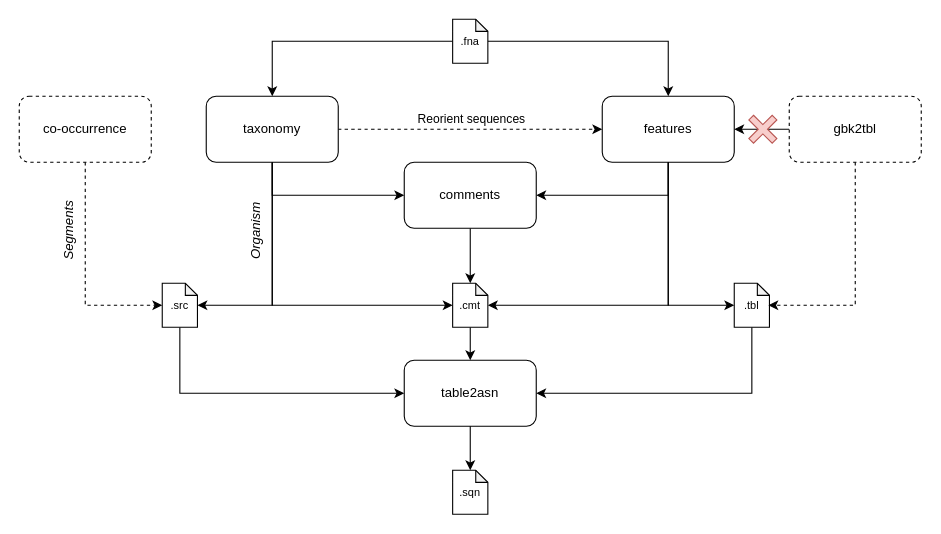
Earlier version of the draw.io diagram _static/suvtk_diagram.drawio (LanderDC/suvtk). Source tidied: cells renumbered, new cells numbered last; positions are measured from the earlier drawing's top-left corner, leaving out a move shared by most shapes. Both pictures are drawn from the tidied source at 110%, with x=0, y=0 at pixel (-1, 19).
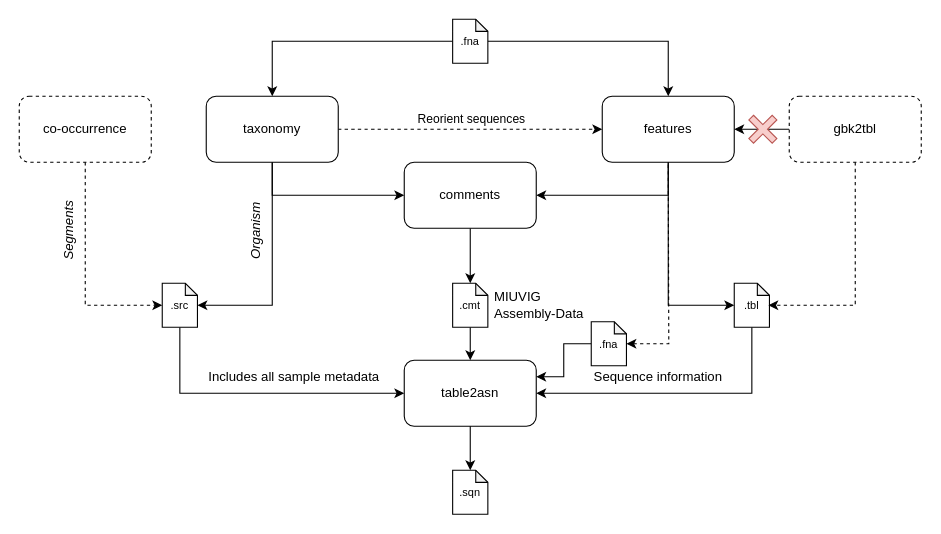
The same page after the edit.

The change refers to these unchanged cells:
```xml
<mxCell id="5" value="taxonomy" style="rounded=1;whiteSpace=wrap;html=1;" parent="1" vertex="1">
  <mxGeometry x="188" y="70" width="120" height="60" as="geometry" />
</mxCell>
<mxCell id="7" value="features" style="rounded=1;whiteSpace=wrap;html=1;" parent="1" vertex="1">
  <mxGeometry x="548" y="70" width="120" height="60" as="geometry" />
</mxCell>
<mxCell id="13" value="table2asn" style="rounded=1;whiteSpace=wrap;html=1;" parent="1" vertex="1">
  <mxGeometry x="368" y="310" width="120" height="60" as="geometry" />
</mxCell>
<mxCell id="23" value="&lt;font style=&quot;font-size: 10px;&quot;&gt;.cmt&lt;/font&gt;" style="shape=note;whiteSpace=wrap;html=1;backgroundOutline=1;darkOpacity=0.05;size=11;" parent="1" vertex="1">
  <mxGeometry x="412" y="240" width="32" height="40" as="geometry" />
</mxCell>
```

The edit, as a diff of the source:
```diff
@@
-    <mxCell id="22" style="edgeStyle=orthogonalEdgeStyle;rounded=0;jettySize=auto;html=1;entryX=0.5;entryY=1;entryDx=0;entryDy=0;startArrow=classic;startFill=1;endArrow=none;" parent="1" edge="1" source="23" target="7">
-      <mxGeometry relative="1" as="geometry" />
-    </mxCell>
@@
-    <mxCell id="35" style="edgeStyle=orthogonalEdgeStyle;rounded=0;jettySize=auto;html=1;exitX=0.5;exitY=1;exitDx=0;exitDy=0;entryX=0;entryY=0.5;entryDx=0;entryDy=0;entryPerimeter=0;" parent="1" edge="1" source="5" target="23">
-      <mxGeometry relative="1" as="geometry" />
-    </mxCell>
+    <mxCell id="36" style="edgeStyle=orthogonalEdgeStyle;rounded=0;jettySize=auto;html=1;exitX=0;exitY=0.5;exitDx=0;exitDy=0;exitPerimeter=0;entryX=1;entryY=0.25;entryDx=0;entryDy=0;" parent="1" edge="1" source="38" target="13">
+      <mxGeometry relative="1" as="geometry" />
+    </mxCell>
+    <mxCell id="37" style="edgeStyle=orthogonalEdgeStyle;rounded=0;jettySize=auto;html=1;startArrow=classic;startFill=1;endArrow=none;dashed=1;" parent="1" edge="1" source="38">
+      <mxGeometry relative="1" as="geometry">
+        <mxPoint x="608" y="130" as="targetPoint" />
+      </mxGeometry>
+    </mxCell>
+    <mxCell id="38" value="&lt;font style=&quot;font-size: 10px;&quot;&gt;.fna&lt;/font&gt;" style="shape=note;whiteSpace=wrap;html=1;backgroundOutline=1;darkOpacity=0.05;size=11;" parent="1" vertex="1">
+      <mxGeometry x="538" y="275" width="32" height="40" as="geometry" />
+    </mxCell>
+    <mxCell id="39" value="Includes all sample metadata" style="text;html=1;align=center;verticalAlign=middle;whiteSpace=wrap;rounded=0;" parent="1" vertex="1">
+      <mxGeometry x="188" y="310" width="160" height="30" as="geometry" />
+    </mxCell>
+    <mxCell id="40" value="MIUVIG&lt;div&gt;Assembly-Data&lt;/div&gt;" style="text;html=1;align=left;verticalAlign=middle;whiteSpace=wrap;rounded=0;" parent="1" vertex="1">
+      <mxGeometry x="448" y="245" width="90" height="30" as="geometry" />
+    </mxCell>
+    <mxCell id="41" value="Sequence information" style="text;html=1;align=center;verticalAlign=middle;whiteSpace=wrap;rounded=0;" parent="1" vertex="1">
+      <mxGeometry x="519" y="310" width="160" height="30" as="geometry" />
+    </mxCell>
```
